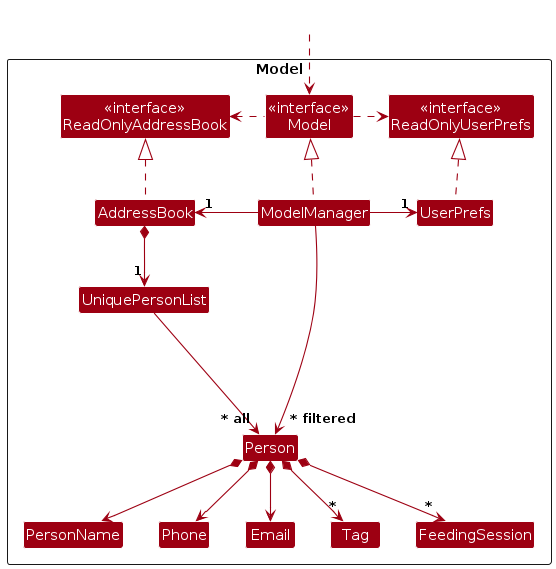
AY2526S1-CS2103T-W14-3/tp keeps this PlantUML diagram as diagrams/ModelPersonClassDiagram.png. Above is the earlier version. Its source is kept beside it as diagrams/ModelPersonClassDiagram.puml.
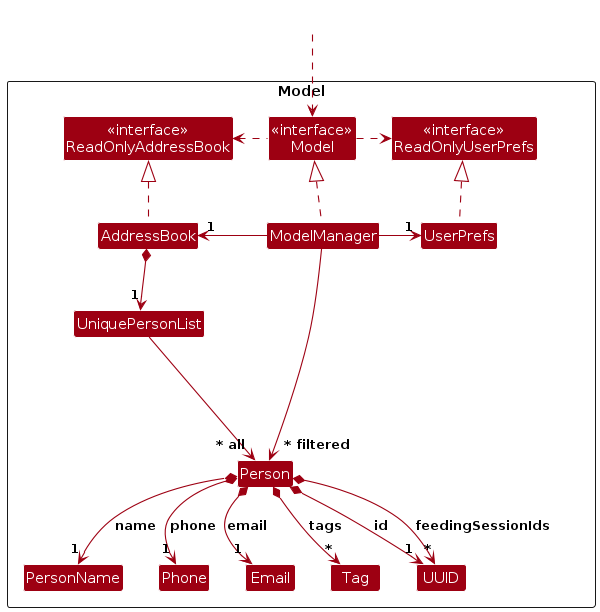
After the commit.

What changed in the source:
```diff
@@ -18,7 +18,7 @@
 Class PersonName
 Class Phone
 Class Tag
-Class FeedingSession
+Class UUID
 
 Class I #FFFFFF
 }
@@ -37,11 +37,13 @@
 
 AddressBook *--> "1" UniquePersonList
 UniquePersonList --> "~* all" Person
-Person *--> PersonName
-Person *--> Phone
-Person *--> Email
-Person *--> "*" Tag
-Person *--> "*" FeedingSession
+
+Person *--> "1" UUID : id
+Person *--> "1" PersonName : name
+Person *--> "1" Phone : phone
+Person *--> "1" Email : email
+Person *--> "*" Tag : tags
+Person *--> "*" UUID : feedingSessionIds
 
 Person -[hidden]up--> I
 UniquePersonList -[hidden]right-> I
@@ -50,4 +52,5 @@
 Phone -[hidden]right-> Email
 
 ModelManager --> "~* filtered" Person
+
 @enduml
```
